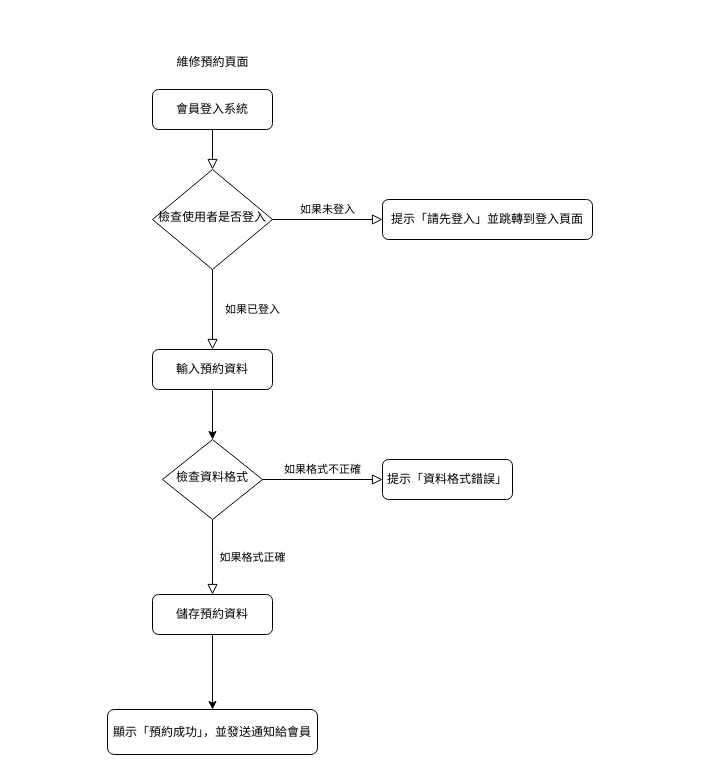
The draw.io diagram 系統流程圖(維修預約頁面).drawio in hak99101314/Maintenance-inquiry-system, before the edit. Source tidied: cells renumbered, new cells numbered last; positions are measured from the earlier drawing's top-left corner, leaving out a move shared by most shapes. Both pictures are drawn from the tidied source at 100%, with x=0, y=0 at pixel (107, 47).
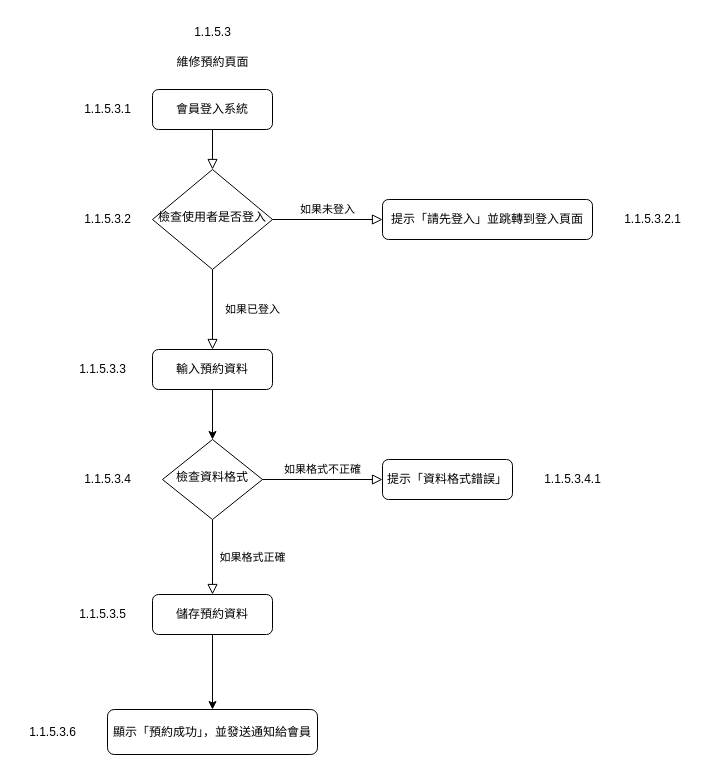
After the change.

Commit message:
更新系統流程圖(維修預約頁面).drawio

The edit, as a diff of the source:
```diff
@@
+    <mxCell id="18" value="1.1.5.3" style="text;html=1;align=center;verticalAlign=middle;strokeColor=none;fillColor=none;" parent="1" vertex="1">
+      <mxGeometry x="75" y="-30" width="60" height="30" as="geometry" />
+    </mxCell>
+    <mxCell id="19" value="1.1.5.3.1" style="text;html=1;align=center;verticalAlign=middle;strokeColor=none;fillColor=none;" parent="1" vertex="1">
+      <mxGeometry x="-35" y="47" width="70" height="30" as="geometry" />
+    </mxCell>
+    <mxCell id="20" value="1.1.5.3.2" style="text;html=1;align=center;verticalAlign=middle;strokeColor=none;fillColor=none;" parent="1" vertex="1">
+      <mxGeometry x="-35" y="157" width="70" height="30" as="geometry" />
+    </mxCell>
+    <mxCell id="21" value="1.1.5.3.2.1" style="text;html=1;align=center;verticalAlign=middle;strokeColor=none;fillColor=none;" parent="1" vertex="1">
+      <mxGeometry x="505" y="157" width="80" height="30" as="geometry" />
+    </mxCell>
+    <mxCell id="22" value="1.1.5.3.3" style="text;html=1;align=center;verticalAlign=middle;strokeColor=none;fillColor=none;" parent="1" vertex="1">
+      <mxGeometry x="-40" y="307" width="70" height="30" as="geometry" />
+    </mxCell>
+    <mxCell id="23" value="1.1.5.3.4" style="text;html=1;align=center;verticalAlign=middle;strokeColor=none;fillColor=none;" parent="1" vertex="1">
+      <mxGeometry x="-35" y="417" width="70" height="30" as="geometry" />
+    </mxCell>
+    <mxCell id="24" value="1.1.5.3.4.1" style="text;html=1;align=center;verticalAlign=middle;strokeColor=none;fillColor=none;" parent="1" vertex="1">
+      <mxGeometry x="425" y="417" width="80" height="30" as="geometry" />
+    </mxCell>
+    <mxCell id="25" value="1.1.5.3.5" style="text;html=1;align=center;verticalAlign=middle;strokeColor=none;fillColor=none;" parent="1" vertex="1">
+      <mxGeometry x="-40" y="552" width="70" height="30" as="geometry" />
+    </mxCell>
+    <mxCell id="26" value="1.1.5.3.6" style="text;html=1;align=center;verticalAlign=middle;strokeColor=none;fillColor=none;" parent="1" vertex="1">
+      <mxGeometry x="-90" y="669.5" width="70" height="30" as="geometry" />
+    </mxCell>
```
